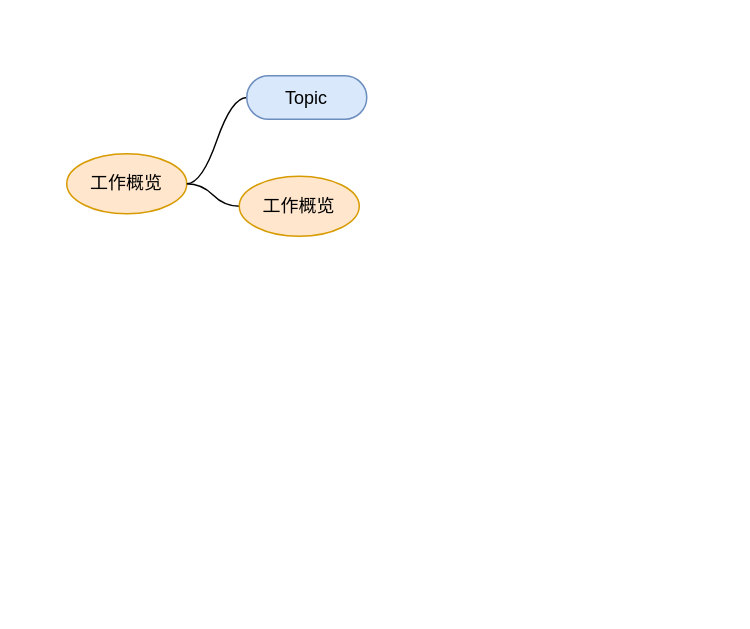
This is cmd/未命名绘图.drawio from yangminWFN/studynotes, a draw.io file, before an edit. Source tidied: cells renumbered, new cells numbered last; positions are measured from the earlier drawing's top-left corner, leaving out a move shared by most shapes. Both pictures are drawn from the tidied source at 150%, with x=0, y=0 at pixel (26, 26).
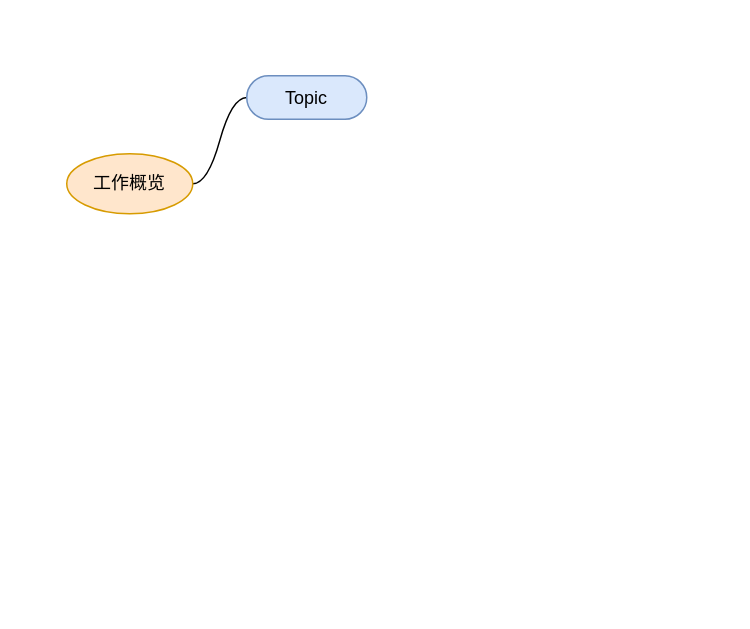
After the change.

Commit message (it also covers changes not shown here):
更新未命名绘图.drawio

What changed in the source:
```diff
@@
 <mxGraphModel>
   <root>
     <mxCell id="0" />
     <mxCell id="1" parent="0" />
     <mxCell id="2" style="swimlane;startSize=20;horizontal=1;containerType=tree;fillColor=none;strokeColor=none;swimlaneLine=0;" parent="1" vertex="1">
       <mxGeometry width="466" height="385" as="geometry" />
     </mxCell>
     <mxCell id="3" style="edgeStyle=entityRelationEdgeStyle;startArrow=none;endArrow=none;segment=10;curved=1;rounded=0;" parent="2" edge="1" source="4" target="5">
       <mxGeometry relative="1" as="geometry" />
     </mxCell>
     <mxCell id="4" value="工作概览" style="ellipse;whiteSpace=wrap;html=1;align=center;newEdgeStyle={&quot;edgeStyle&quot;:&quot;entityRelationEdgeStyle&quot;,&quot;startArrow&quot;:&quot;none&quot;,&quot;endArrow&quot;:&quot;none&quot;,&quot;segment&quot;:10,&quot;curved&quot;:1};fillColor=#ffe6cc;strokeColor=#d79b00;" parent="2" vertex="1">
-      <mxGeometry x="27" y="85" width="80" height="40" as="geometry" />
+      <mxGeometry x="27" y="85" width="84" height="40" as="geometry" />
     </mxCell>
     <mxCell id="5" value="Topic" style="whiteSpace=wrap;html=1;rounded=1;arcSize=50;align=center;verticalAlign=middle;strokeWidth=1;spacing=4;newEdgeStyle={&quot;edgeStyle&quot;:&quot;entityRelationEdgeStyle&quot;,&quot;startArrow&quot;:&quot;none&quot;,&quot;endArrow&quot;:&quot;none&quot;,&quot;segment&quot;:10,&quot;curved&quot;:1};fillColor=#dae8fc;strokeColor=#6c8ebf;" parent="2" vertex="1">
       <mxGeometry x="147" y="33" width="80" height="29" as="geometry" />
     </mxCell>
-    <mxCell id="6" style="edgeStyle=entityRelationEdgeStyle;rounded=0;jettySize=auto;html=1;startArrow=none;endArrow=none;segment=10;curved=1;" parent="2" edge="1" source="4" target="7">
-      <mxGeometry relative="1" as="geometry" />
-    </mxCell>
-    <mxCell id="7" value="工作概览" style="ellipse;whiteSpace=wrap;html=1;align=center;newEdgeStyle={&quot;edgeStyle&quot;:&quot;entityRelationEdgeStyle&quot;,&quot;startArrow&quot;:&quot;none&quot;,&quot;endArrow&quot;:&quot;none&quot;,&quot;segment&quot;:10,&quot;curved&quot;:1};fillColor=#ffe6cc;strokeColor=#d79b00;" parent="2" vertex="1">
-      <mxGeometry x="142" y="100" width="80" height="40" as="geometry" />
-    </mxCell>
   </root>
 </mxGraphModel>
```
